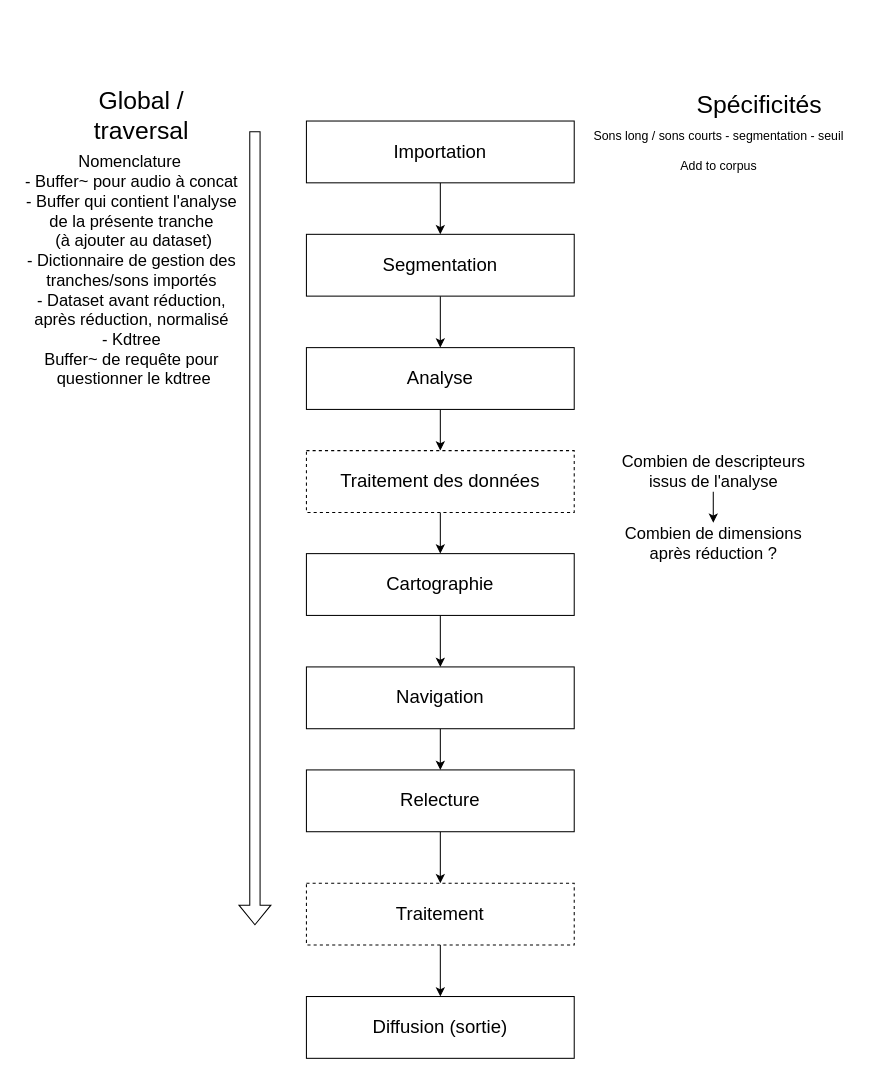
Above: Architecture/CorpusMachine_architecture.drawio in LFO-lab/Mosaique (draw.io), before the change. Source tidied: cells renumbered, new cells numbered last; positions are measured from the earlier drawing's top-left corner, leaving out a move shared by most shapes. Both pictures are drawn from the tidied source at 103%, with x=0, y=0 at pixel (18, 90).
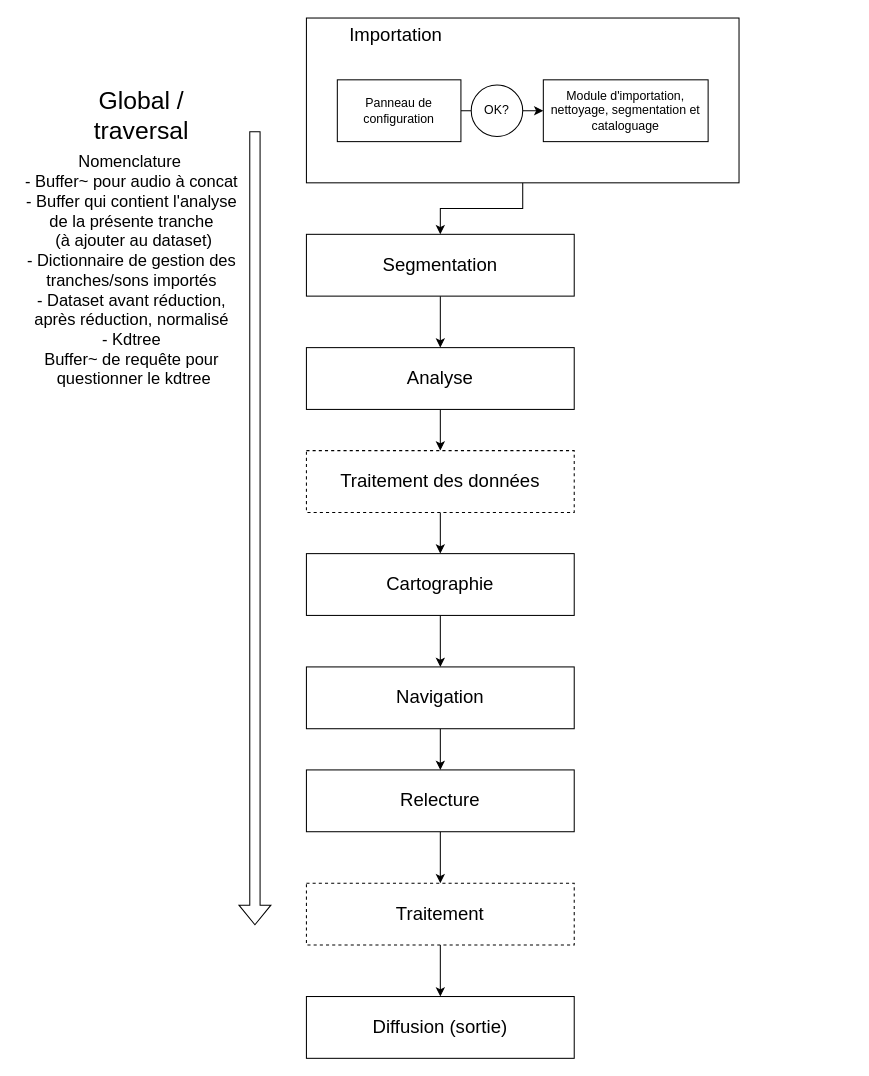
After the change.

Commit message (it also covers changes not shown here):
IMPORTANT! Mise à jour de l'importation (nouveau panneau!)

What changed in the source:
```diff
@@
-    <mxCell id="3" value="&lt;font style=&quot;font-size: 18px;&quot;&gt;Importation&lt;/font&gt;" style="rounded=0;whiteSpace=wrap;html=1;" parent="1" vertex="1">
-      <mxGeometry x="280" y="30" width="260" height="60" as="geometry" />
+    <mxCell id="3" value="&lt;blockquote style=&quot;margin: 0 0 0 40px; border: none; padding: 0px;&quot;&gt;&lt;font style=&quot;font-size: 18px;&quot;&gt;Importation&lt;/font&gt;&lt;/blockquote&gt;" style="rounded=0;whiteSpace=wrap;html=1;align=left;verticalAlign=top;" parent="1" vertex="1">
+      <mxGeometry x="280" y="-70" width="420" height="160" as="geometry" />
     </mxCell>
@@
-    <mxCell id="18" value="&lt;font style=&quot;font-size: 24px;&quot;&gt;Spécificités&lt;/font&gt;" style="text;html=1;strokeColor=none;fillColor=none;align=center;verticalAlign=middle;whiteSpace=wrap;rounded=0;dashed=1;fontSize=18;" parent="1" vertex="1">
-      <mxGeometry x="690" width="60" height="30" as="geometry" />
-    </mxCell>
@@
-    <mxCell id="20" value="&lt;font style=&quot;font-size: 12px;&quot;&gt;Sons long / sons courts&amp;nbsp;- segmentation - seuil&lt;br&gt;Add to corpus&lt;br&gt;&lt;br&gt;&lt;/font&gt;" style="text;html=1;align=center;verticalAlign=middle;strokeColor=none;fillColor=none;fontSize=24;" parent="1" vertex="1">
-      <mxGeometry x="550" y="20" width="260" height="100" as="geometry" />
-    </mxCell>
@@
-    <mxCell id="22" style="edgeStyle=orthogonalEdgeStyle;rounded=0;jettySize=auto;html=1;fontSize=16;" parent="1" edge="1" source="23" target="24">
-      <mxGeometry relative="1" as="geometry" />
-    </mxCell>
-    <mxCell id="23" value="&lt;font style=&quot;font-size: 16px;&quot;&gt;Combien de descripteurs &lt;br&gt;issus de l'analyse&lt;br&gt;&lt;/font&gt;" style="text;html=1;align=center;verticalAlign=middle;points=[];strokeColor=none;fillColor=none;fontSize=12;" parent="1" vertex="1">
-      <mxGeometry x="580" y="350" width="190" height="40" as="geometry" />
-    </mxCell>
-    <mxCell id="24" value="&lt;font style=&quot;font-size: 16px;&quot;&gt;Combien de dimensions&lt;br&gt;après réduction ?&lt;br&gt;&lt;/font&gt;" style="text;html=1;align=center;verticalAlign=middle;points=[];strokeColor=none;fillColor=none;fontSize=16;" parent="1" vertex="1">
-      <mxGeometry x="580" y="420" width="190" height="40" as="geometry" />
-    </mxCell>
@@
+    <mxCell id="27" style="edgeStyle=orthogonalEdgeStyle;rounded=0;jettySize=auto;html=1;" parent="1" edge="1" source="28" target="29">
+      <mxGeometry relative="1" as="geometry" />
+    </mxCell>
+    <mxCell id="28" value="Panneau de configuration" style="rounded=0;whiteSpace=wrap;html=1;" parent="1" vertex="1">
+      <mxGeometry x="310" y="-10" width="120" height="60" as="geometry" />
+    </mxCell>
+    <mxCell id="29" value="Module d'importation, nettoyage, segmentation et cataloguage" style="rounded=0;whiteSpace=wrap;html=1;" parent="1" vertex="1">
+      <mxGeometry x="510" y="-10" width="160" height="60" as="geometry" />
+    </mxCell>
+    <mxCell id="30" value="OK?" style="ellipse;whiteSpace=wrap;html=1;" parent="1" vertex="1">
+      <mxGeometry x="440" y="-5" width="50" height="50" as="geometry" />
+    </mxCell>
```
